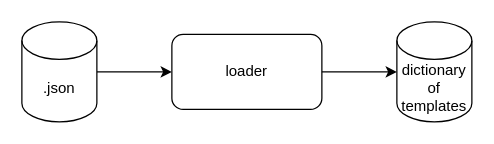
Above: page "2. loader" (2 of 10) of helloworld0d/doc/Towards DPLs.drawio in guitarvydas/onward (draw.io), before the change. Source tidied: cells renumbered, new cells numbered last; positions are measured from the earlier drawing's top-left corner, leaving out a move shared by most shapes. Both pictures are drawn from the tidied source at 125%, with x=0, y=0 at pixel (21, 21).
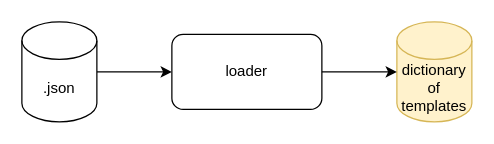
The same page after the edit.

The edit, as a diff of the source:
```diff
@@
 <mxGraphModel>
   <root>
     <mxCell id="0" />
     <mxCell id="1" parent="0" />
     <mxCell id="2" style="edgeStyle=orthogonalEdgeStyle;rounded=0;jettySize=auto;html=1;entryX=0;entryY=0.5;entryDx=0;entryDy=0;" parent="1" edge="1" source="3" target="5">
       <mxGeometry relative="1" as="geometry" />
     </mxCell>
     <mxCell id="3" value=".json" style="shape=cylinder3;whiteSpace=wrap;html=1;boundedLbl=1;backgroundOutline=1;size=15;" parent="1" vertex="1">
       <mxGeometry width="60" height="80" as="geometry" />
     </mxCell>
-    <mxCell id="4" value="dictionary of templates" style="shape=cylinder3;whiteSpace=wrap;html=1;boundedLbl=1;backgroundOutline=1;size=15;" parent="1" vertex="1">
+    <mxCell id="4" value="dictionary of templates" style="shape=cylinder3;whiteSpace=wrap;html=1;boundedLbl=1;backgroundOutline=1;size=15;fillColor=#fff2cc;strokeColor=#d6b656;shadow=0;" parent="1" vertex="1">
       <mxGeometry x="300" width="60" height="80" as="geometry" />
     </mxCell>
     <mxCell id="5" value="loader" style="rounded=1;whiteSpace=wrap;html=1;" parent="1" vertex="1">
       <mxGeometry x="120" y="10" width="120" height="60" as="geometry" />
     </mxCell>
     <mxCell id="6" style="edgeStyle=orthogonalEdgeStyle;rounded=0;jettySize=auto;html=1;entryX=0;entryY=0.5;entryDx=0;entryDy=0;entryPerimeter=0;" parent="1" edge="1" source="5" target="4">
       <mxGeometry relative="1" as="geometry" />
     </mxCell>
   </root>
 </mxGraphModel>
```
